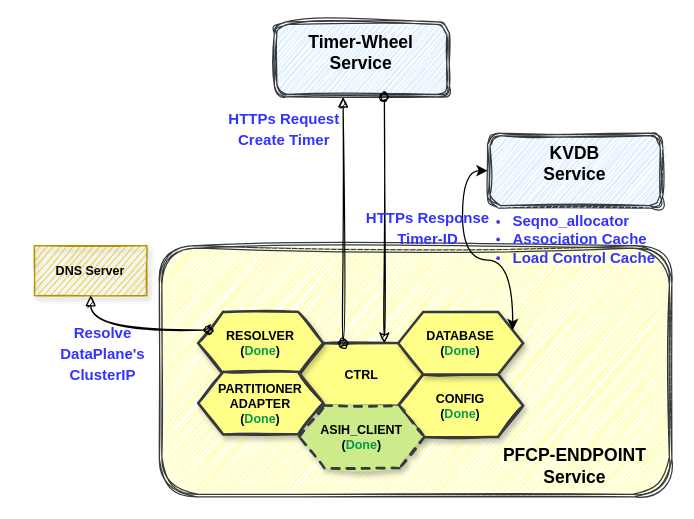
Before: page "CTRL" (5 of 6) of External_submodule.drawio in SunLucc/Test, a draw.io diagram. Source tidied: cells renumbered, new cells numbered last; positions are measured from the earlier drawing's top-left corner, leaving out a move shared by most shapes. Both pictures are drawn from the tidied source at 125%, with x=0, y=0 at pixel (21, 21).
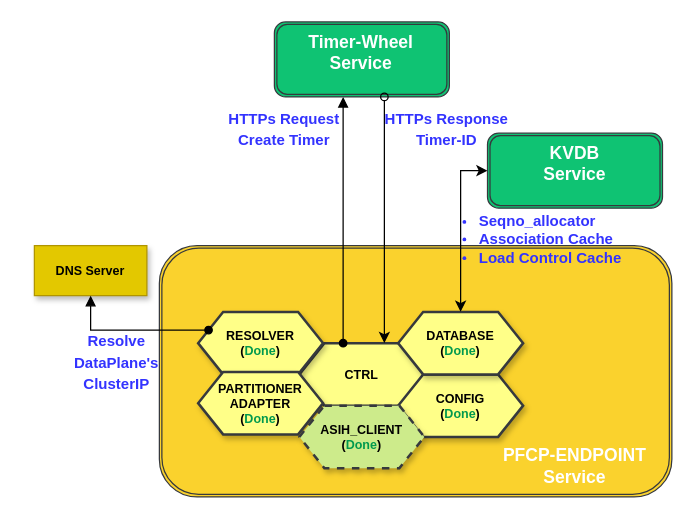
After the change.

The change refers to these unchanged cells:
```xml
<mxCell id="3" style="group;" parent="1" vertex="1">
  <mxGeometry width="520" height="380" as="geometry" />
</mxCell>
<mxCell id="14" value="&lt;b style=&quot;font-size: 10px;&quot;&gt;DATABASE&lt;br&gt;&lt;/b&gt;&lt;b style=&quot;border-color: var(--border-color);&quot;&gt;(&lt;font style=&quot;border-color: var(--border-color);&quot; color=&quot;#00994d&quot;&gt;Done&lt;/font&gt;)&lt;/b&gt;&lt;b style=&quot;font-size: 10px;&quot;&gt;&lt;br&gt;&lt;/b&gt;" style="shape=hexagon;perimeter=hexagonPerimeter2;whiteSpace=wrap;html=1;fixedSize=1;fillStyle=solid;fillColor=#ffff88;strokeColor=#36393d;fontSize=10;rounded=0;shadow=1;strokeWidth=2;" parent="3" vertex="1">
  <mxGeometry x="301" y="232" width="100" height="50" as="geometry" />
</mxCell>
<mxCell id="17" style="group;" parent="3" vertex="1">
  <mxGeometry x="202" width="140" height="60" as="geometry" />
</mxCell>
<mxCell id="20" style="group;" parent="3" vertex="1">
  <mxGeometry x="372.5" y="89" width="140" height="60" as="geometry" />
</mxCell>
```

The edit, as a diff of the source:
```diff
@@
-    <mxCell id="4" style="shape=ext;double=1;rounded=1;whiteSpace=wrap;html=1;shadow=0;sketch=1;fillStyle=hachure;fontSize=14;fillColor=#ffff88;curveFitting=1;jiggle=2;strokeColor=#36393d;" parent="3" vertex="1">
+    <mxCell id="4" style="shape=ext;double=1;rounded=1;whiteSpace=wrap;html=1;shadow=0;fillStyle=hachure;fontSize=14;fillColor=#FAD22D;strokeColor=#36393d;" parent="3" vertex="1">
       <mxGeometry x="110" y="179" width="410" height="201" as="geometry" />
     </mxCell>
-    <mxCell id="5" value="&lt;b style=&quot;font-size: 10px;&quot;&gt;&lt;font style=&quot;font-size: 10px;&quot;&gt;CTRL&lt;br style=&quot;font-size: 10px;&quot;&gt;&lt;/font&gt;&lt;/b&gt;" style="shape=hexagon;perimeter=hexagonPerimeter2;whiteSpace=wrap;html=1;fixedSize=1;fillStyle=solid;fillColor=#ffff88;strokeColor=#36393d;fontSize=10;rounded=0;shadow=1;sketch=1;strokeWidth=2;" parent="3" vertex="1">
+    <mxCell id="5" value="&lt;b style=&quot;font-size: 10px;&quot;&gt;&lt;font style=&quot;font-size: 10px;&quot;&gt;CTRL&lt;br style=&quot;font-size: 10px;&quot;&gt;&lt;/font&gt;&lt;/b&gt;" style="shape=hexagon;perimeter=hexagonPerimeter2;whiteSpace=wrap;html=1;fixedSize=1;fillStyle=solid;fillColor=#ffff88;strokeColor=#36393d;fontSize=10;rounded=0;shadow=1;strokeWidth=2;" parent="3" vertex="1">
       <mxGeometry x="222" y="257" width="100" height="50" as="geometry" />
     </mxCell>
-    <mxCell id="6" value="&lt;b style=&quot;font-size: 10px;&quot;&gt;CONFIG&lt;br&gt;&lt;/b&gt;&lt;b style=&quot;border-color: var(--border-color);&quot;&gt;(&lt;font style=&quot;border-color: var(--border-color);&quot; color=&quot;#00994d&quot;&gt;Done&lt;/font&gt;)&lt;/b&gt;&lt;b style=&quot;font-size: 10px;&quot;&gt;&lt;br&gt;&lt;/b&gt;" style="shape=hexagon;perimeter=hexagonPerimeter2;whiteSpace=wrap;html=1;fixedSize=1;fillStyle=solid;fillColor=#ffff88;strokeColor=#36393d;fontSize=10;rounded=0;shadow=1;sketch=1;strokeWidth=2;" parent="3" vertex="1">
+    <mxCell id="6" value="&lt;b style=&quot;font-size: 10px;&quot;&gt;CONFIG&lt;br&gt;&lt;/b&gt;&lt;b style=&quot;border-color: var(--border-color);&quot;&gt;(&lt;font style=&quot;border-color: var(--border-color);&quot; color=&quot;#00994d&quot;&gt;Done&lt;/font&gt;)&lt;/b&gt;&lt;b style=&quot;font-size: 10px;&quot;&gt;&lt;br&gt;&lt;/b&gt;" style="shape=hexagon;perimeter=hexagonPerimeter2;whiteSpace=wrap;html=1;fixedSize=1;fillStyle=solid;fillColor=#ffff88;strokeColor=#36393d;fontSize=10;rounded=0;shadow=1;strokeWidth=2;" parent="3" vertex="1">
       <mxGeometry x="301" y="282" width="100" height="50" as="geometry" />
     </mxCell>
-    <mxCell id="7" value="&lt;b style=&quot;font-size: 10px;&quot;&gt;RESOLVER&lt;br&gt;(&lt;font color=&quot;#00994d&quot;&gt;Done&lt;/font&gt;)&lt;br&gt;&lt;/b&gt;" style="shape=hexagon;perimeter=hexagonPerimeter2;whiteSpace=wrap;html=1;fixedSize=1;fillStyle=solid;fillColor=#ffff88;strokeColor=#36393d;fontSize=10;rounded=0;shadow=1;sketch=1;strokeWidth=2;" parent="3" vertex="1">
+    <mxCell id="7" value="&lt;b style=&quot;font-size: 10px;&quot;&gt;RESOLVER&lt;br&gt;(&lt;font color=&quot;#00994d&quot;&gt;Done&lt;/font&gt;)&lt;br&gt;&lt;/b&gt;" style="shape=hexagon;perimeter=hexagonPerimeter2;whiteSpace=wrap;html=1;fixedSize=1;fillStyle=solid;fillColor=#ffff88;strokeColor=#36393d;fontSize=10;rounded=0;shadow=1;strokeWidth=2;" parent="3" vertex="1">
       <mxGeometry x="141" y="232" width="100" height="50" as="geometry" />
     </mxCell>
-    <mxCell id="8" value="&lt;b&gt;DNS Server&lt;/b&gt;" style="whiteSpace=wrap;html=1;fontSize=10;fillColor=#e3c800;strokeColor=#B09500;fillStyle=hachure;rounded=0;shadow=1;sketch=1;fontColor=#000000;" parent="3" vertex="1">
+    <mxCell id="8" value="&lt;b&gt;DNS Server&lt;/b&gt;" style="whiteSpace=wrap;html=1;fontSize=10;fillColor=#e3c800;strokeColor=#B09500;fillStyle=hachure;rounded=0;shadow=1;fontColor=#000000;" parent="3" vertex="1">
       <mxGeometry x="10" y="179" width="90" height="40" as="geometry" />
     </mxCell>
-    <mxCell id="9" style="edgeStyle=orthogonalEdgeStyle;curved=1;sketch=1;jettySize=auto;html=1;exitX=0;exitY=0.25;exitDx=0;exitDy=0;fontSize=12;fontColor=#000000;startArrow=oval;startFill=1;endArrow=block;endFill=1;" parent="3" edge="1" source="7" target="8">
+    <mxCell id="9" style="edgeStyle=orthogonalEdgeStyle;jettySize=auto;html=1;exitX=0;exitY=0.25;exitDx=0;exitDy=0;fontSize=12;fontColor=#000000;startArrow=oval;startFill=1;endArrow=block;endFill=1;rounded=0;" parent="3" edge="1" source="7" target="8">
       <mxGeometry relative="1" as="geometry" />
     </mxCell>
-    <mxCell id="10" value="&lt;b&gt;PFCP-ENDPOINT&lt;br&gt;Service&lt;br&gt;&lt;/b&gt;" style="text;html=1;strokeColor=none;fillColor=none;align=center;verticalAlign=middle;whiteSpace=wrap;rounded=0;shadow=0;sketch=1;fillStyle=hachure;fontSize=14;fontColor=#000000;" parent="3" vertex="1">
+    <mxCell id="10" value="&lt;b&gt;&lt;font color=&quot;#ffffff&quot;&gt;PFCP-ENDPOINT&lt;br&gt;Service&lt;/font&gt;&lt;br&gt;&lt;/b&gt;" style="text;html=1;strokeColor=none;fillColor=none;align=center;verticalAlign=middle;whiteSpace=wrap;rounded=0;shadow=0;fillStyle=hachure;fontSize=14;fontColor=#000000;" parent="3" vertex="1">
       <mxGeometry x="380" y="340" width="125" height="30" as="geometry" />
     </mxCell>
-    <mxCell id="11" style="edgeStyle=orthogonalEdgeStyle;curved=1;sketch=1;orthogonalLoop=1;jettySize=auto;html=1;exitX=0.5;exitY=0;exitDx=0;exitDy=0;entryX=0.5;entryY=1;entryDx=0;entryDy=0;fontSize=12;fontColor=#000000;startArrow=oval;startFill=1;endArrow=block;endFill=1;" parent="3" edge="1">
+    <mxCell id="11" style="edgeStyle=orthogonalEdgeStyle;orthogonalLoop=1;jettySize=auto;html=1;exitX=0.5;exitY=0;exitDx=0;exitDy=0;entryX=0.5;entryY=1;entryDx=0;entryDy=0;fontSize=12;fontColor=#000000;startArrow=oval;startFill=1;endArrow=block;endFill=1;rounded=0;" parent="3" edge="1">
       <mxGeometry relative="1" as="geometry">
         <mxPoint x="257" y="257" as="sourcePoint" />
         <mxPoint x="257" y="60" as="targetPoint" />
       </mxGeometry>
     </mxCell>
-    <mxCell id="12" value="&lt;font style=&quot;font-size: 12px;&quot;&gt;HTTPs Request&lt;br&gt;Create Timer&lt;br&gt;&lt;/font&gt;" style="text;html=1;strokeColor=none;fillColor=none;align=center;verticalAlign=middle;whiteSpace=wrap;rounded=0;shadow=0;dashed=0;labelBackgroundColor=none;sketch=0;fillStyle=cross-hatch;fontFamily=Helvetica;fontSize=14;fontColor=#3333FF;fontStyle=1;" parent="3" vertex="1">
+    <mxCell id="12" value="&lt;font style=&quot;font-size: 12px;&quot;&gt;HTTPs Request&lt;br&gt;Create Timer&lt;br&gt;&lt;/font&gt;" style="text;html=1;strokeColor=none;fillColor=none;align=center;verticalAlign=middle;whiteSpace=wrap;rounded=0;shadow=0;dashed=0;labelBackgroundColor=none;fillStyle=cross-hatch;fontFamily=Helvetica;fontSize=14;fontColor=#3333FF;fontStyle=1;" parent="3" vertex="1">
       <mxGeometry x="155" y="70" width="110" height="30" as="geometry" />
     </mxCell>
-    <mxCell id="13" value="&lt;span style=&quot;font-size: 12px;&quot;&gt;Resolve &lt;br&gt;DataPlane's&lt;br&gt;ClusterIP&lt;/span&gt;" style="text;html=1;strokeColor=none;fillColor=none;align=center;verticalAlign=middle;whiteSpace=wrap;rounded=0;shadow=0;dashed=0;labelBackgroundColor=none;sketch=0;fillStyle=cross-hatch;fontFamily=Helvetica;fontSize=14;fontColor=#3333FF;fontStyle=1;" parent="3" vertex="1">
-      <mxGeometry y="250" width="130" height="30" as="geometry" />
+    <mxCell id="13" value="&lt;span style=&quot;font-size: 12px;&quot;&gt;Resolve &lt;br&gt;DataPlane's&lt;br&gt;ClusterIP&lt;/span&gt;" style="text;html=1;strokeColor=none;fillColor=none;align=center;verticalAlign=middle;whiteSpace=wrap;rounded=0;shadow=0;dashed=0;labelBackgroundColor=none;fillStyle=cross-hatch;fontFamily=Helvetica;fontSize=14;fontColor=#3333FF;fontStyle=1;" parent="3" vertex="1">
+      <mxGeometry x="11" y="257" width="130" height="30" as="geometry" />
     </mxCell>
@@
-    <mxCell id="15" value="&lt;b style=&quot;font-size: 10px;&quot;&gt;&lt;font style=&quot;font-size: 10px;&quot;&gt;PARTITIONER&lt;br style=&quot;font-size: 10px;&quot;&gt;ADAPTER&lt;br&gt;(&lt;font color=&quot;#00994d&quot;&gt;Done&lt;/font&gt;)&lt;br style=&quot;font-size: 10px;&quot;&gt;&lt;/font&gt;&lt;/b&gt;" style="shape=hexagon;perimeter=hexagonPerimeter2;whiteSpace=wrap;html=1;fixedSize=1;fillStyle=solid;fillColor=#ffff88;strokeColor=#36393d;fontSize=10;rounded=0;shadow=1;sketch=1;strokeWidth=2;" parent="3" vertex="1">
+    <mxCell id="15" value="&lt;b style=&quot;font-size: 10px;&quot;&gt;&lt;font style=&quot;font-size: 10px;&quot;&gt;PARTITIONER&lt;br style=&quot;font-size: 10px;&quot;&gt;ADAPTER&lt;br&gt;(&lt;font color=&quot;#00994d&quot;&gt;Done&lt;/font&gt;)&lt;br style=&quot;font-size: 10px;&quot;&gt;&lt;/font&gt;&lt;/b&gt;" style="shape=hexagon;perimeter=hexagonPerimeter2;whiteSpace=wrap;html=1;fixedSize=1;fillStyle=solid;fillColor=#ffff88;strokeColor=#36393d;fontSize=10;rounded=0;shadow=1;strokeWidth=2;" parent="3" vertex="1">
       <mxGeometry x="141" y="280" width="100" height="50" as="geometry" />
     </mxCell>
-    <mxCell id="16" value="&lt;b style=&quot;font-size: 10px;&quot;&gt;&lt;font style=&quot;font-size: 10px;&quot;&gt;ASIH_CLIENT&lt;br&gt;&lt;/font&gt;&lt;/b&gt;&lt;b style=&quot;border-color: var(--border-color);&quot;&gt;(&lt;font style=&quot;border-color: var(--border-color);&quot; color=&quot;#00994d&quot;&gt;Done&lt;/font&gt;)&lt;/b&gt;&lt;b style=&quot;font-size: 10px;&quot;&gt;&lt;font style=&quot;font-size: 10px;&quot;&gt;&lt;br style=&quot;font-size: 10px;&quot;&gt;&lt;/font&gt;&lt;/b&gt;" style="shape=hexagon;perimeter=hexagonPerimeter2;whiteSpace=wrap;html=1;fixedSize=1;fillStyle=solid;fillColor=#CDEB8B;strokeColor=#36393d;fontSize=10;rounded=0;shadow=1;sketch=1;strokeWidth=2;dashed=1;" parent="3" vertex="1">
+    <mxCell id="16" value="&lt;b style=&quot;font-size: 10px;&quot;&gt;&lt;font style=&quot;font-size: 10px;&quot;&gt;ASIH_CLIENT&lt;br&gt;&lt;/font&gt;&lt;/b&gt;&lt;b style=&quot;border-color: var(--border-color);&quot;&gt;(&lt;font style=&quot;border-color: var(--border-color);&quot; color=&quot;#00994d&quot;&gt;Done&lt;/font&gt;)&lt;/b&gt;&lt;b style=&quot;font-size: 10px;&quot;&gt;&lt;font style=&quot;font-size: 10px;&quot;&gt;&lt;br style=&quot;font-size: 10px;&quot;&gt;&lt;/font&gt;&lt;/b&gt;" style="shape=hexagon;perimeter=hexagonPerimeter2;whiteSpace=wrap;html=1;fixedSize=1;fillStyle=solid;fillColor=#CDEB8B;strokeColor=#36393d;fontSize=10;rounded=0;shadow=1;strokeWidth=2;dashed=1;" parent="3" vertex="1">
       <mxGeometry x="222" y="307" width="100" height="50" as="geometry" />
     </mxCell>
@@
-    <mxCell id="18" style="shape=ext;double=1;rounded=1;whiteSpace=wrap;html=1;shadow=0;sketch=1;fillStyle=hachure;fontSize=14;fillColor=#cce5ff;curveFitting=1;jiggle=2;strokeColor=#36393d;" parent="17" vertex="1">
+    <mxCell id="18" style="shape=ext;double=1;rounded=1;whiteSpace=wrap;html=1;shadow=0;fillStyle=hachure;fontSize=14;fillColor=#0FC373;strokeColor=#36393d;" parent="17" vertex="1">
       <mxGeometry width="140" height="60" as="geometry" />
     </mxCell>
-    <mxCell id="19" value="&lt;b&gt;Timer-Wheel Service&lt;/b&gt;" style="text;html=1;strokeColor=none;fillColor=none;align=center;verticalAlign=middle;whiteSpace=wrap;rounded=0;shadow=0;sketch=1;fillStyle=hachure;fontSize=14;fontColor=#000000;" parent="17" vertex="1">
+    <mxCell id="19" value="&lt;b&gt;&lt;font color=&quot;#ffffff&quot;&gt;Timer-Wheel Service&lt;/font&gt;&lt;/b&gt;" style="text;html=1;strokeColor=none;fillColor=none;align=center;verticalAlign=middle;whiteSpace=wrap;rounded=0;shadow=0;fillStyle=hachure;fontSize=14;fontColor=#000000;" parent="17" vertex="1">
       <mxGeometry x="20.3" y="9" width="99.4" height="30" as="geometry" />
     </mxCell>
@@
-    <mxCell id="21" style="shape=ext;double=1;rounded=1;whiteSpace=wrap;html=1;shadow=0;sketch=1;fillStyle=hachure;fontSize=14;fillColor=#cce5ff;curveFitting=1;jiggle=2;strokeColor=#36393d;" parent="20" vertex="1">
+    <mxCell id="21" style="shape=ext;double=1;rounded=1;whiteSpace=wrap;html=1;shadow=0;fillStyle=hachure;fontSize=14;fillColor=#0FC373;strokeColor=#36393d;" parent="20" vertex="1">
       <mxGeometry width="140" height="60" as="geometry" />
     </mxCell>
-    <mxCell id="22" value="&lt;b&gt;KVDB&lt;br&gt;Service&lt;/b&gt;" style="text;html=1;strokeColor=none;fillColor=none;align=center;verticalAlign=middle;whiteSpace=wrap;rounded=0;shadow=0;sketch=1;fillStyle=hachure;fontSize=14;fontColor=#000000;" parent="20" vertex="1">
+    <mxCell id="22" value="&lt;b&gt;&lt;font color=&quot;#ffffff&quot;&gt;KVDB&lt;br&gt;Service&lt;/font&gt;&lt;/b&gt;" style="text;html=1;strokeColor=none;fillColor=none;align=center;verticalAlign=middle;whiteSpace=wrap;rounded=0;shadow=0;fillStyle=hachure;fontSize=14;fontColor=#000000;" parent="20" vertex="1">
       <mxGeometry x="20.3" y="9" width="99.4" height="30" as="geometry" />
     </mxCell>
-    <mxCell id="23" style="edgeStyle=orthogonalEdgeStyle;jettySize=auto;html=1;entryX=1;entryY=0.25;entryDx=0;entryDy=0;fontColor=#00994D;curved=1;startArrow=classic;startFill=1;exitX=0;exitY=0.5;exitDx=0;exitDy=0;" parent="3" edge="1" source="21" target="14">
+    <mxCell id="23" style="edgeStyle=orthogonalEdgeStyle;jettySize=auto;html=1;entryX=0.5;entryY=0;entryDx=0;entryDy=0;fontColor=#00994D;startArrow=classic;startFill=1;exitX=0;exitY=0.5;exitDx=0;exitDy=0;rounded=0;" parent="3" edge="1" source="21" target="14">
       <mxGeometry relative="1" as="geometry" />
     </mxCell>
-    <mxCell id="24" value="&lt;ul style=&quot;border-color: var(--border-color); font-size: x-small;&quot;&gt;&lt;li style=&quot;border-color: var(--border-color);&quot;&gt;&lt;span style=&quot;border-color: var(--border-color); font-size: 12px;&quot;&gt;&lt;b&gt;Seqno_allocator&lt;/b&gt;&lt;/span&gt;&lt;/li&gt;&lt;li style=&quot;border-color: var(--border-color);&quot;&gt;&lt;span style=&quot;border-color: var(--border-color); font-size: 12px;&quot;&gt;&lt;b&gt;Association Cache&lt;/b&gt;&lt;/span&gt;&lt;/li&gt;&lt;li style=&quot;border-color: var(--border-color);&quot;&gt;&lt;span style=&quot;border-color: var(--border-color); font-size: 12px;&quot;&gt;&lt;b&gt;Load Control Cache&lt;/b&gt;&lt;/span&gt;&lt;/li&gt;&lt;/ul&gt;" style="text;html=1;strokeColor=none;fillColor=none;align=left;verticalAlign=middle;whiteSpace=wrap;rounded=0;shadow=0;dashed=0;labelBackgroundColor=none;sketch=0;fillStyle=cross-hatch;fontFamily=Helvetica;fontSize=14;fontColor=#3333FF;" parent="3" vertex="1">
-      <mxGeometry x="351" y="149" width="169" height="50" as="geometry" />
+    <mxCell id="24" value="&lt;ul style=&quot;border-color: var(--border-color); font-size: x-small;&quot;&gt;&lt;li style=&quot;border-color: var(--border-color);&quot;&gt;&lt;span style=&quot;border-color: var(--border-color); font-size: 12px;&quot;&gt;&lt;b&gt;Seqno_allocator&lt;/b&gt;&lt;/span&gt;&lt;/li&gt;&lt;li style=&quot;border-color: var(--border-color);&quot;&gt;&lt;span style=&quot;border-color: var(--border-color); font-size: 12px;&quot;&gt;&lt;b&gt;Association Cache&lt;/b&gt;&lt;/span&gt;&lt;/li&gt;&lt;li style=&quot;border-color: var(--border-color);&quot;&gt;&lt;span style=&quot;border-color: var(--border-color); font-size: 12px;&quot;&gt;&lt;b&gt;Load Control Cache&lt;/b&gt;&lt;/span&gt;&lt;/li&gt;&lt;/ul&gt;" style="text;html=1;strokeColor=none;fillColor=none;align=left;verticalAlign=middle;whiteSpace=wrap;rounded=0;shadow=0;dashed=0;labelBackgroundColor=none;fillStyle=cross-hatch;fontFamily=Helvetica;fontSize=14;fontColor=#3333FF;" parent="3" vertex="1">
+      <mxGeometry x="324" y="149" width="169" height="50" as="geometry" />
     </mxCell>
-    <mxCell id="25" style="edgeStyle=orthogonalEdgeStyle;curved=1;sketch=1;orthogonalLoop=1;jettySize=auto;html=1;exitX=0.5;exitY=0;exitDx=0;exitDy=0;entryX=0.5;entryY=1;entryDx=0;entryDy=0;fontSize=12;fontColor=#000000;startArrow=classic;startFill=1;endArrow=oval;endFill=0;" parent="3" edge="1">
+    <mxCell id="25" style="edgeStyle=orthogonalEdgeStyle;orthogonalLoop=1;jettySize=auto;html=1;exitX=0.5;exitY=0;exitDx=0;exitDy=0;entryX=0.5;entryY=1;entryDx=0;entryDy=0;fontSize=12;fontColor=#000000;startArrow=classic;startFill=1;endArrow=oval;endFill=0;rounded=0;" parent="3" edge="1">
       <mxGeometry relative="1" as="geometry">
         <mxPoint x="290" y="257" as="sourcePoint" />
         <mxPoint x="290" y="60" as="targetPoint" />
       </mxGeometry>
     </mxCell>
-    <mxCell id="26" value="&lt;font style=&quot;font-size: 12px;&quot;&gt;HTTPs Response&lt;br&gt;Timer-ID&lt;br&gt;&lt;/font&gt;" style="text;html=1;strokeColor=none;fillColor=none;align=center;verticalAlign=middle;whiteSpace=wrap;rounded=0;shadow=0;dashed=0;labelBackgroundColor=none;sketch=0;fillStyle=cross-hatch;fontFamily=Helvetica;fontSize=14;fontColor=#3333FF;fontStyle=1;" parent="3" vertex="1">
-      <mxGeometry x="270" y="149" width="110" height="30" as="geometry" />
+    <mxCell id="26" value="&lt;font style=&quot;font-size: 12px;&quot;&gt;HTTPs Response&lt;br&gt;Timer-ID&lt;br&gt;&lt;/font&gt;" style="text;html=1;strokeColor=none;fillColor=none;align=center;verticalAlign=middle;whiteSpace=wrap;rounded=0;shadow=0;dashed=0;labelBackgroundColor=none;fillStyle=cross-hatch;fontFamily=Helvetica;fontSize=14;fontColor=#3333FF;fontStyle=1;" parent="3" vertex="1">
+      <mxGeometry x="285" y="70" width="110" height="30" as="geometry" />
     </mxCell>
```
